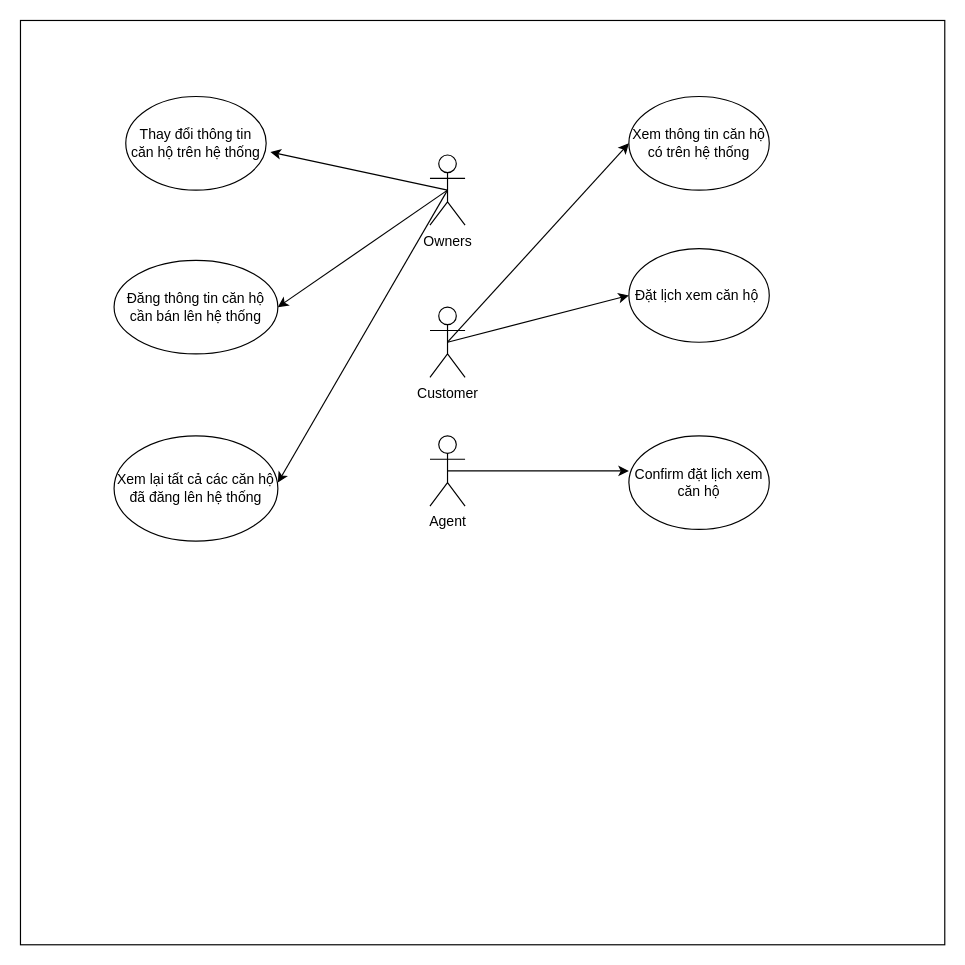
thaond1205/com.tahoo keeps this draw.io diagram as page "Page-1" (1 of 2) of Use-Case.drawio. Above is the earlier version. Source tidied: cells renumbered, new cells numbered last; positions are measured from the earlier drawing's top-left corner, leaving out a move shared by most shapes. Both pictures are drawn from the tidied source at 117%, with x=0, y=0 at pixel (20, 20).
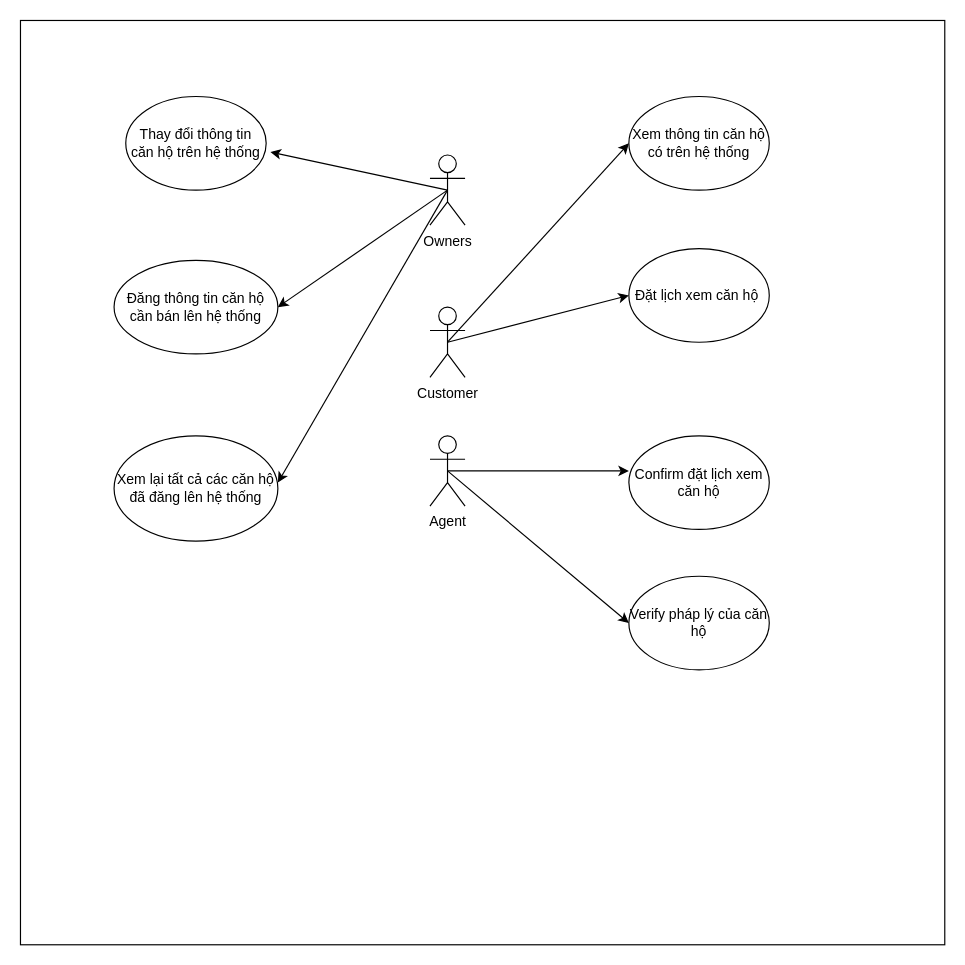
The same page after the edit.

Unchanged cells that the change refers to:
```xml
<mxCell id="10" value="Agent" style="shape=umlActor;verticalLabelPosition=bottom;verticalAlign=top;html=1;outlineConnect=0;" parent="1" vertex="1">
  <mxGeometry x="350" y="355" width="30" height="60" as="geometry" />
</mxCell>
```

Change to the diagram source:
```diff
@@
+    <mxCell id="18" value="Verify pháp lý của căn hộ" style="ellipse;whiteSpace=wrap;html=1;" parent="1" vertex="1">
+      <mxGeometry x="520" y="475" width="120" height="80" as="geometry" />
+    </mxCell>
+    <mxCell id="19" style="endArrow=classic;html=1;rounded=0;entryX=0;entryY=0.5;entryDx=0;entryDy=0;exitX=0.5;exitY=0.5;exitDx=0;exitDy=0;exitPerimeter=0;" parent="1" edge="1" source="10" target="18">
+      <mxGeometry relative="1" as="geometry" />
+    </mxCell>
```
